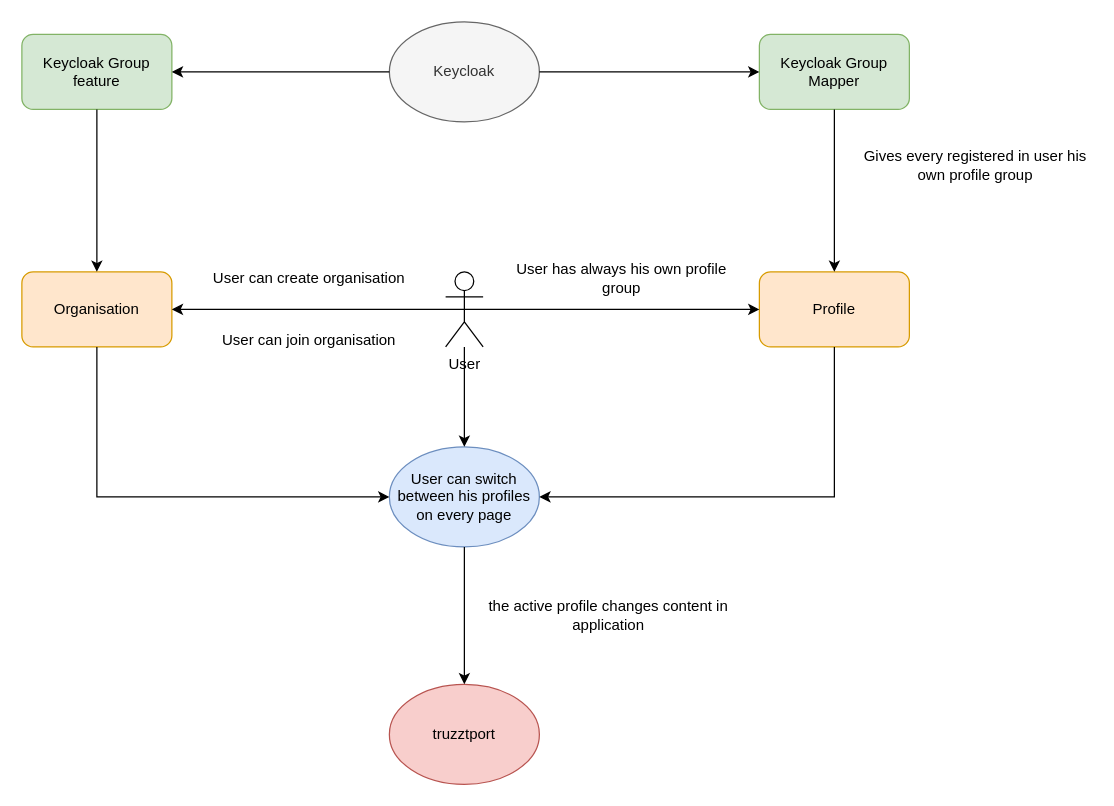
This is profile-organisation-relation.drawio from AdamRaven/aoc-2023, a draw.io file, before an edit. Source tidied: cells renumbered, new cells numbered last; positions are measured from the earlier drawing's top-left corner, leaving out a move shared by most shapes. Both pictures are drawn from the tidied source at 125%, with x=0, y=0 at pixel (21, 21).
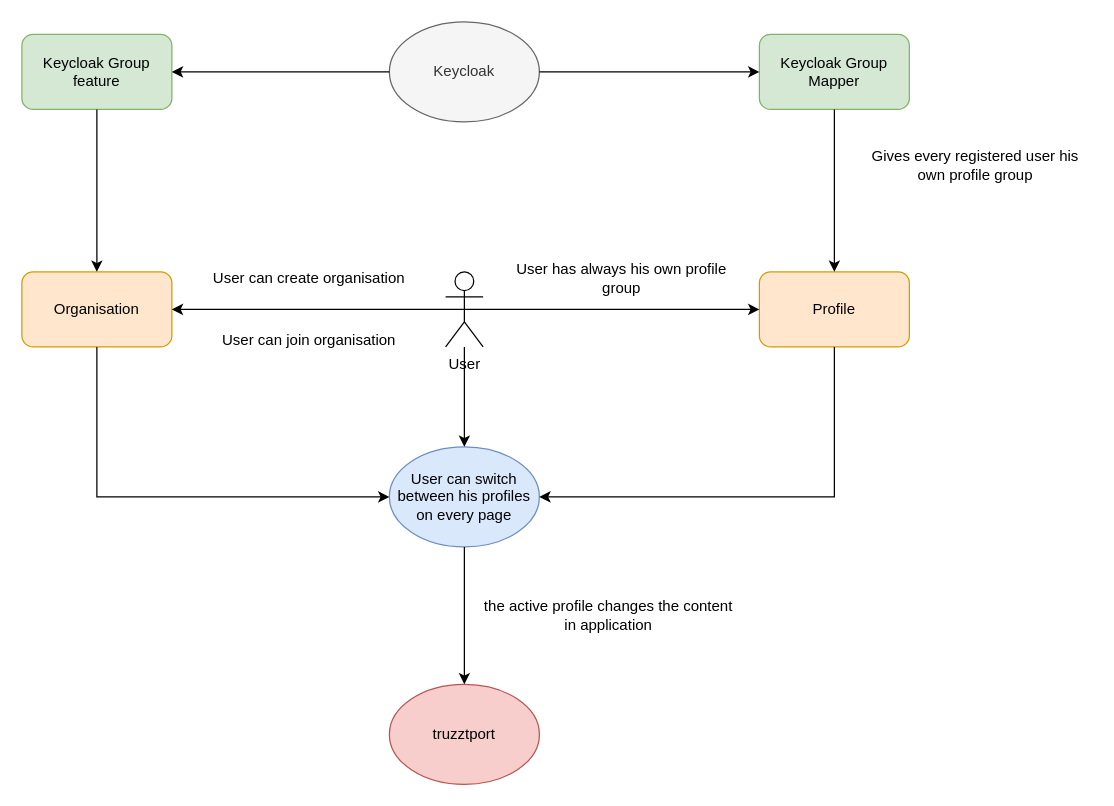
The same diagram, later.

Change to the diagram source:
```diff
@@
-    <mxCell id="9" value="Gives every registered in user his own profile group" style="text;html=1;align=center;verticalAlign=middle;whiteSpace=wrap;rounded=0;" parent="1" vertex="1">
+    <mxCell id="9" value="Gives every registered user his own profile group" style="text;html=1;align=center;verticalAlign=middle;whiteSpace=wrap;rounded=0;" parent="1" vertex="1">
       <mxGeometry x="670" y="100" width="186" height="30" as="geometry" />
     </mxCell>
@@
-    <mxCell id="24" value="the active profile changes content in application" style="text;html=1;align=center;verticalAlign=middle;whiteSpace=wrap;rounded=0;" parent="1" vertex="1">
+    <mxCell id="24" value="the active profile changes the content in application" style="text;html=1;align=center;verticalAlign=middle;whiteSpace=wrap;rounded=0;" parent="1" vertex="1">
       <mxGeometry x="369" y="460" width="201" height="30" as="geometry" />
     </mxCell>
```
